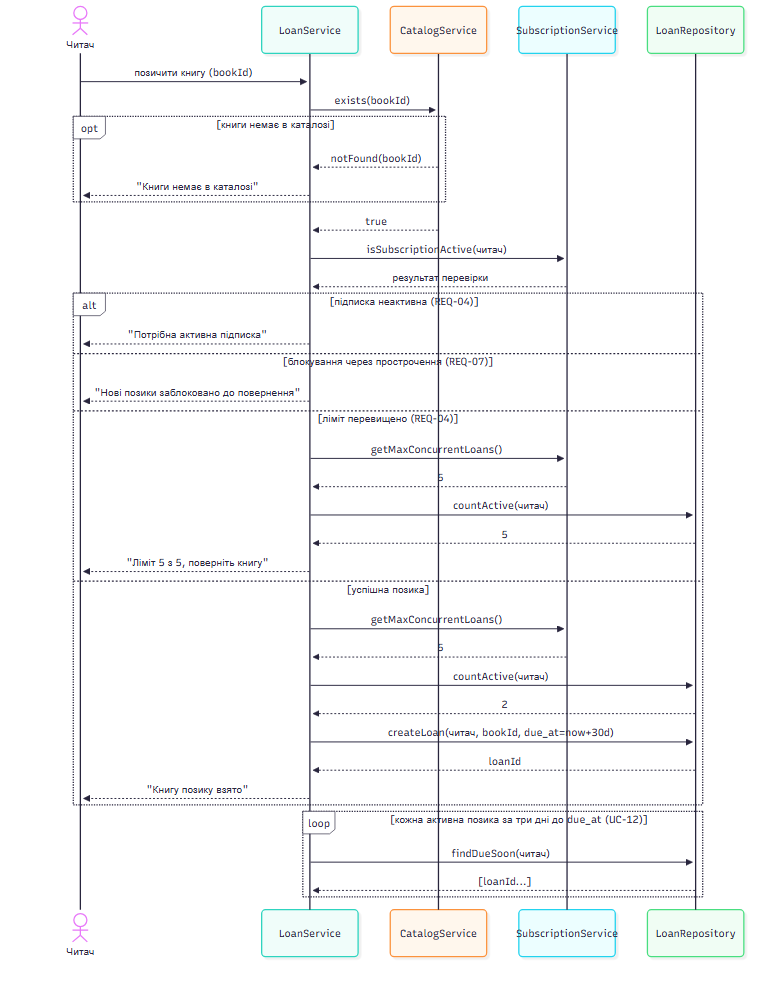
This is Labs/lab3-sequence/renders/borrow-book.png from sanyalovemoney/KPI_labs, a Mermaid export, as it was before one commit. Its source is kept beside it as Labs/lab3-sequence/model/borrow-book.mmd.
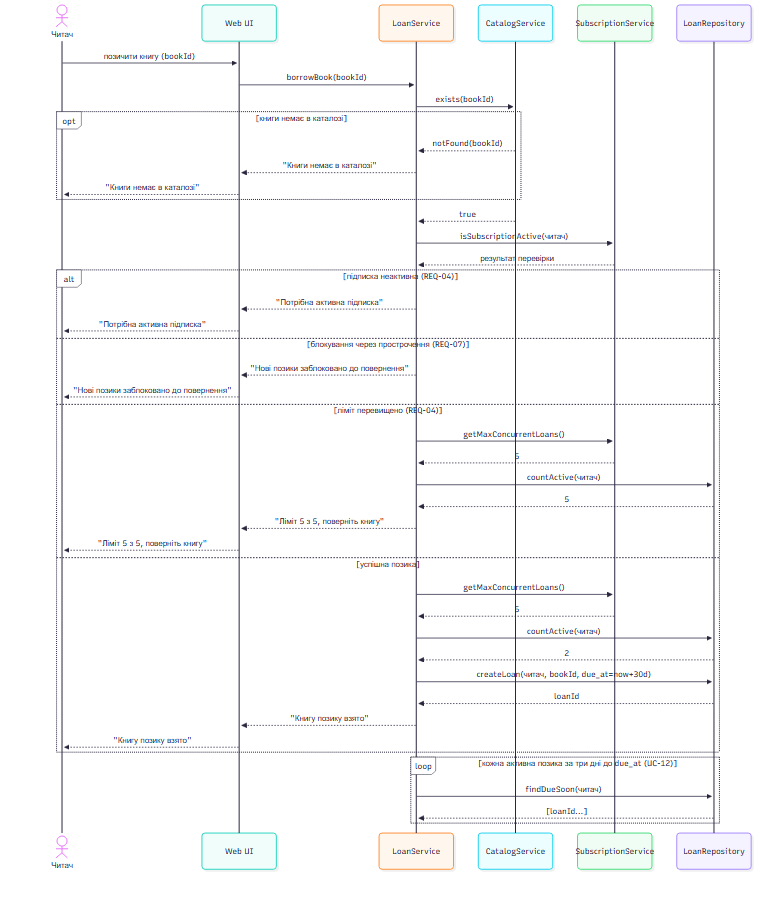
Above is the later version.

Commit message:
lab3: fix - add Web UI actor as participant, route through UI

Spec listed Web UI as a participant; v1 and fix-commits drew the reader talking straight to LoanService. Real request path is reader -> Web UI -> service. All returns routed back through the UI so every call still has a return.

Change to the diagram source:
```diff
@@ -1,29 +1,35 @@
 sequenceDiagram
     actor Читач
+    participant UI as Web UI
     participant LoanService
     participant CatalogService
     participant SubscriptionService
     participant LoanRepository
 
-    Читач->>LoanService: позичити книгу (bookId)
+    Читач->>UI: позичити книгу (bookId)
+    UI->>LoanService: borrowBook(bookId)
     LoanService->>CatalogService: exists(bookId)
     opt книги немає в каталозі
         CatalogService-->>LoanService: notFound(bookId)
-        LoanService-->>Читач: "Книги немає в каталозі"
+        LoanService-->>UI: "Книги немає в каталозі"
+        UI-->>Читач: "Книги немає в каталозі"
     end
     CatalogService-->>LoanService: true
     LoanService->>SubscriptionService: isSubscriptionActive(читач)
     SubscriptionService-->>LoanService: результат перевірки
     alt підписка неактивна (REQ-04)
-        LoanService-->>Читач: "Потрібна активна підписка"
+        LoanService-->>UI: "Потрібна активна підписка"
+        UI-->>Читач: "Потрібна активна підписка"
     else блокування через прострочення (REQ-07)
-        LoanService-->>Читач: "Нові позики заблоковано до повернення"
+        LoanService-->>UI: "Нові позики заблоковано до повернення"
+        UI-->>Читач: "Нові позики заблоковано до повернення"
     else ліміт перевищено (REQ-04)
         LoanService->>SubscriptionService: getMaxConcurrentLoans()
         SubscriptionService-->>LoanService: 5
         LoanService->>LoanRepository: countActive(читач)
         LoanRepository-->>LoanService: 5
-        LoanService-->>Читач: "Ліміт 5 з 5, поверніть книгу"
+        LoanService-->>UI: "Ліміт 5 з 5, поверніть книгу"
+        UI-->>Читач: "Ліміт 5 з 5, поверніть книгу"
     else успішна позика
         LoanService->>SubscriptionService: getMaxConcurrentLoans()
         SubscriptionService-->>LoanService: 5
@@ -31,7 +37,8 @@
         LoanRepository-->>LoanService: 2
         LoanService->>LoanRepository: createLoan(читач, bookId, due_at=now+30d)
         LoanRepository-->>LoanService: loanId
-        LoanService-->>Читач: "Книгу позику взято"
+        LoanService-->>UI: "Книгу позику взято"
+        UI-->>Читач: "Книгу позику взято"
     end
     loop кожна активна позика за три дні до due_at (UC-12)
         LoanService->>LoanRepository: findDueSoon(читач)
```
